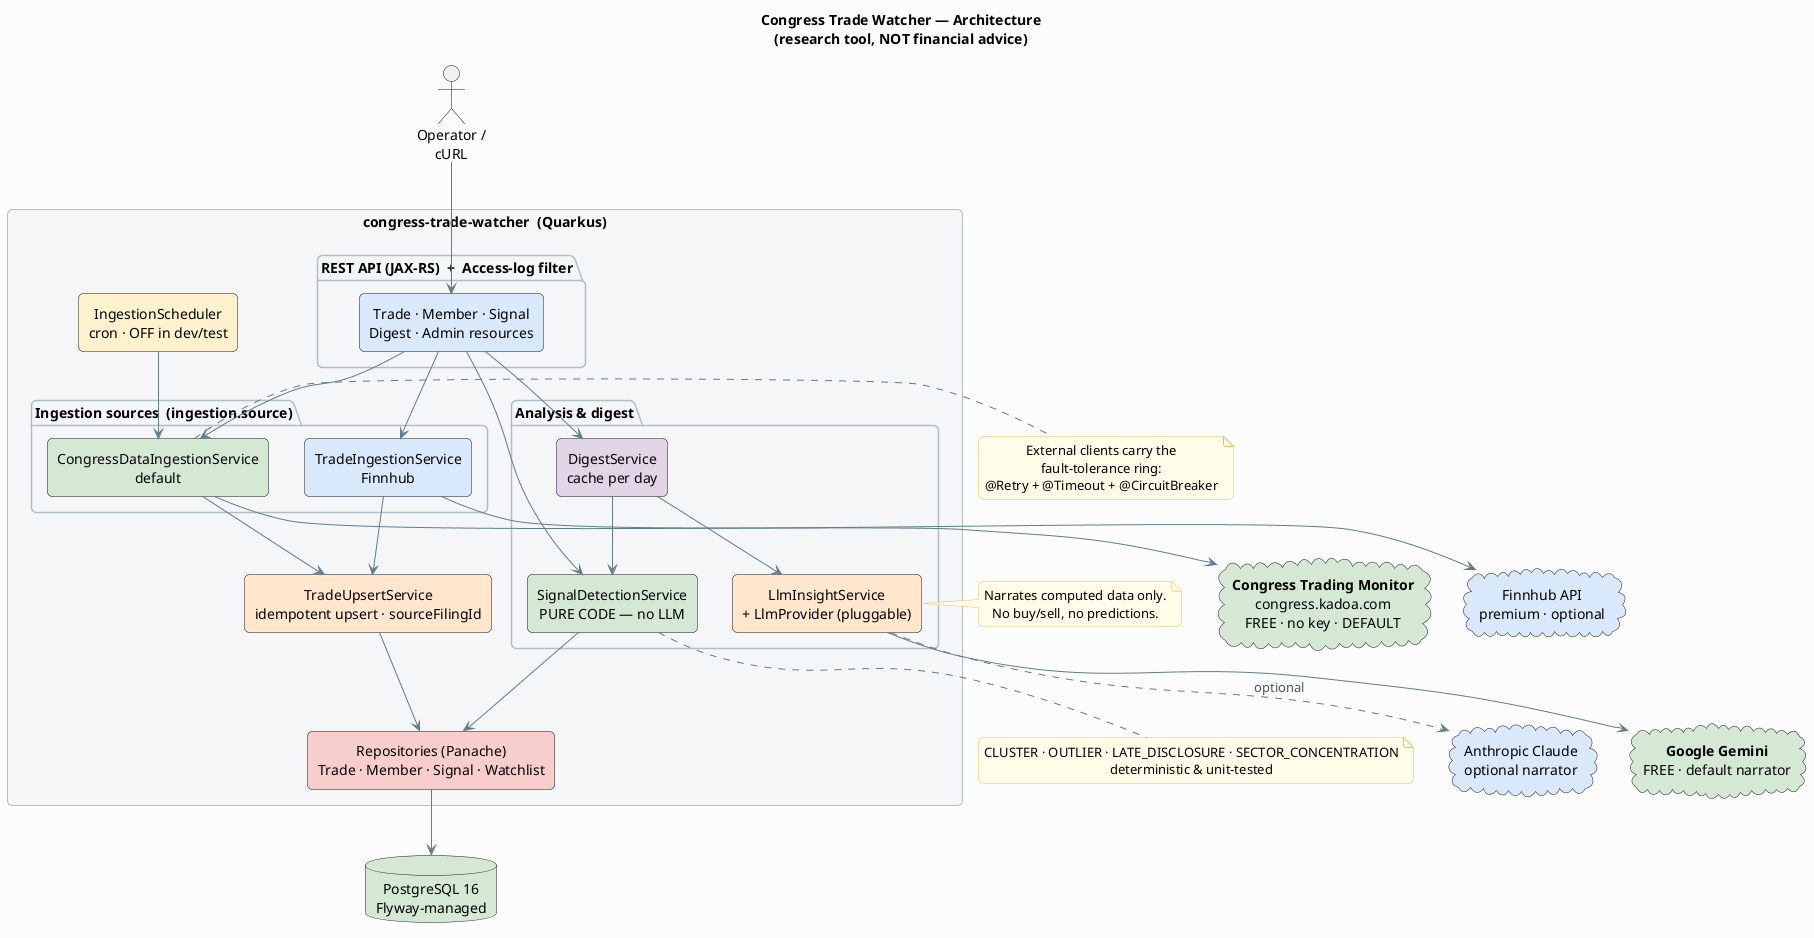
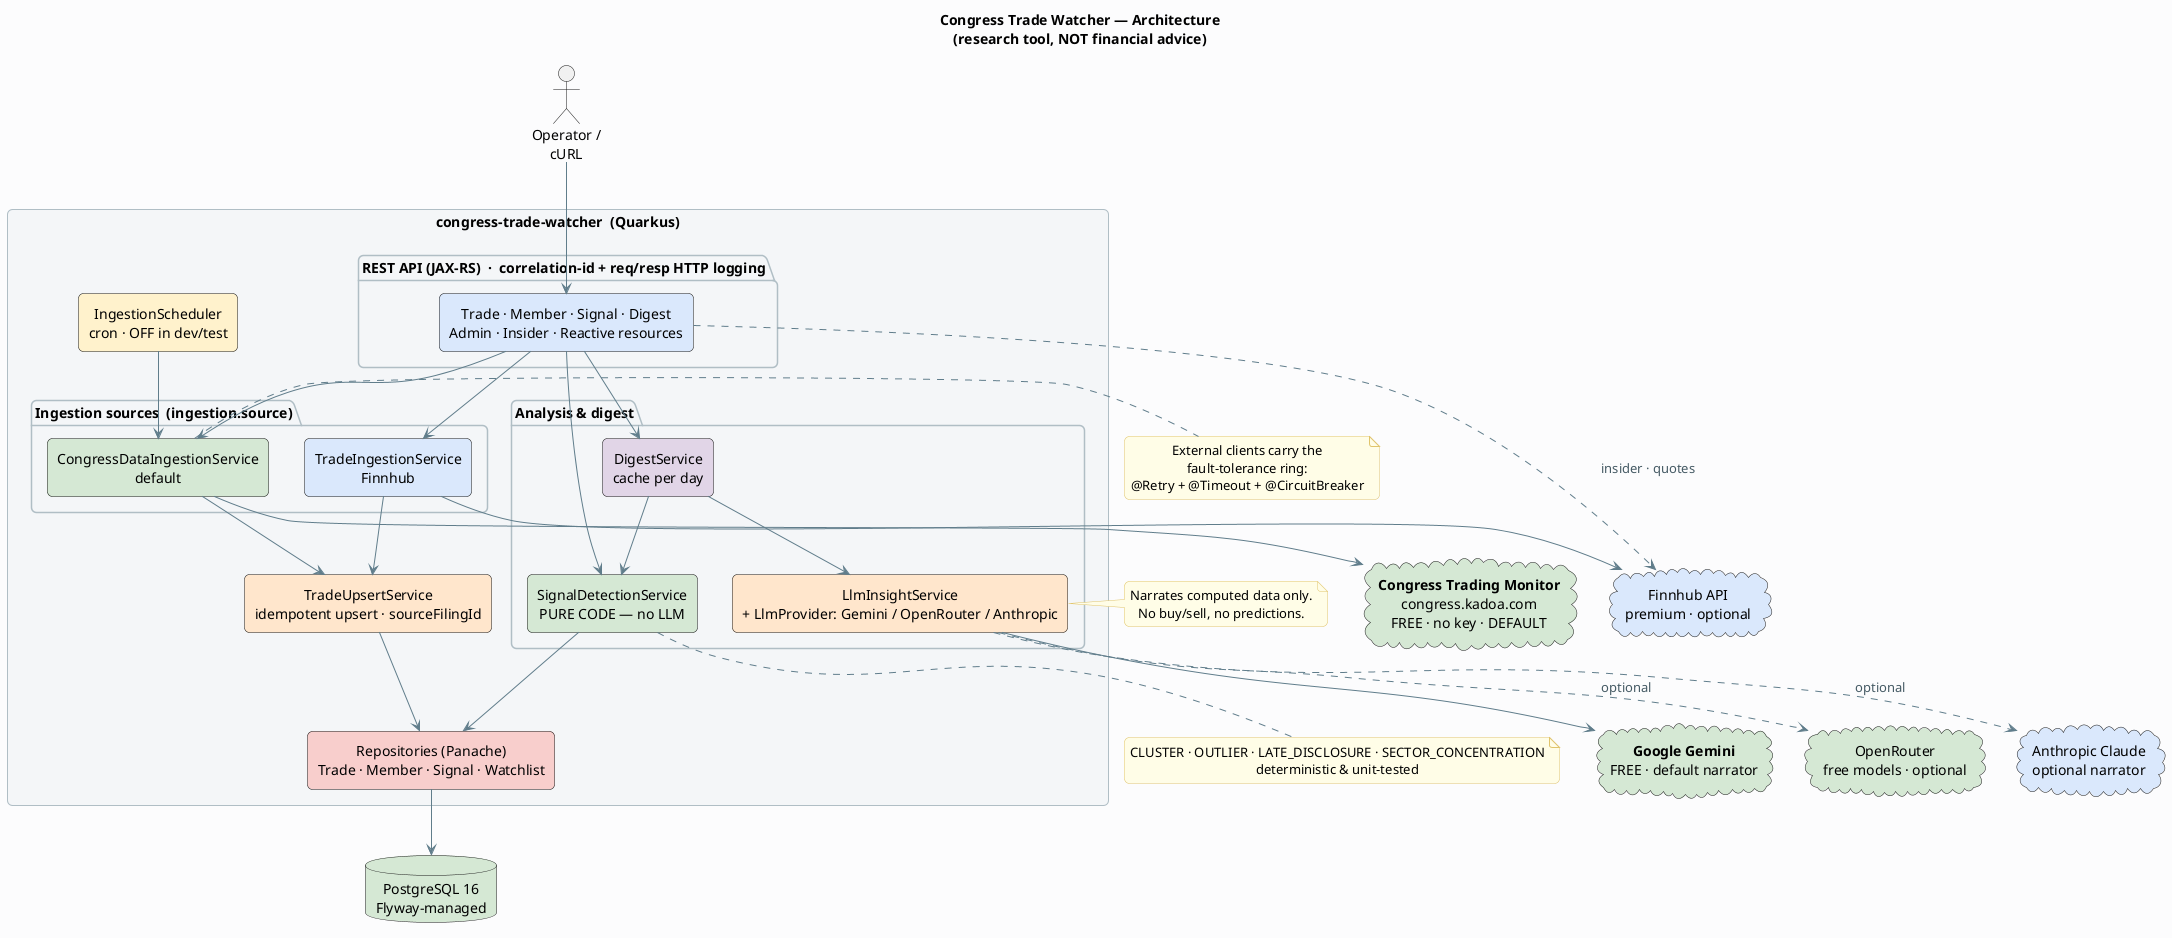
@startuml congress-trade-watcher
title Congress Trade Watcher — Architecture\n(research tool, NOT financial advice)

skinparam backgroundColor #FCFCFD
skinparam shadowing false
skinparam roundcorner 10
skinparam componentStyle rectangle
skinparam defaultTextAlignment center
skinparam ArrowColor #607D8B
skinparam ArrowFontColor #455A64
skinparam rectangleBorderColor #B0BEC5
skinparam packageBackgroundColor #F4F6F8
skinparam packageBorderColor #B0BEC5
skinparam noteBackgroundColor #FFFDE7
skinparam noteBorderColor #E0C46C

actor "Operator /\ncURL" as user

cloud "**Congress Trading Monitor**\ncongress.kadoa.com\nFREE · no key · DEFAULT" as congress #D5E8D4
cloud "Finnhub API\npremium · optional" as finnhub #DAE8FC
cloud "**Google Gemini**\nFREE · default narrator" as gemini #D5E8D4
+ cloud "OpenRouter\nfree models · optional" as openrouter #D5E8D4
cloud "Anthropic Claude\noptional narrator" as anthropic #DAE8FC
database "PostgreSQL 16\nFlyway-managed" as pg #D5E8D4

rectangle "congress-trade-watcher  (Quarkus)" {

  component "IngestionScheduler\ncron · OFF in dev/test" as scheduler #FFF2CC

-   package "REST API (JAX-RS)  +  Access-log filter" {
-     component "Trade · Member · Signal\nDigest · Admin resources" as api #DAE8FC
+   package "REST API (JAX-RS)  ·  correlation-id + req/resp HTTP logging" {
+     component "Trade · Member · Signal · Digest\nAdmin · Insider · Reactive resources" as api #DAE8FC
  }

  package "Ingestion sources  (ingestion.source)" {
    component "CongressDataIngestionService\ndefault" as cong #D5E8D4
    component "TradeIngestionService\nFinnhub" as finn #DAE8FC
  }

  component "TradeUpsertService\nidempotent upsert · sourceFilingId" as upsert #FFE6CC

  package "Analysis & digest" {
    component "SignalDetectionService\nPURE CODE — no LLM" as detect #D5E8D4
    component "DigestService\ncache per day" as digest #E1D5E7
-     component "LlmInsightService\n+ LlmProvider (pluggable)" as llm #FFE6CC
+     component "LlmInsightService\n+ LlmProvider: Gemini / OpenRouter / Anthropic" as llm #FFE6CC
  }

  component "Repositories (Panache)\nTrade · Member · Signal · Watchlist" as repos #F8CECC
}

user --> api
scheduler --> cong
api --> cong
api --> finn
api --> detect
api --> digest
+ api ..> finnhub : insider · quotes

cong --> congress
finn --> finnhub
cong --> upsert
finn --> upsert
upsert --> repos

digest --> detect
digest --> llm
llm --> gemini
+ llm ..> openrouter : optional
llm ..> anthropic : optional

detect --> repos
repos --> pg

note bottom of detect
  CLUSTER · OUTLIER · LATE_DISCLOSURE · SECTOR_CONCENTRATION
  deterministic & unit-tested
end note

note right of llm
  Narrates computed data only.
  No buy/sell, no predictions.
end note

note right of cong
  External clients carry the
  fault-tolerance ring:
  @Retry + @Timeout + @CircuitBreaker
end note
@enduml
